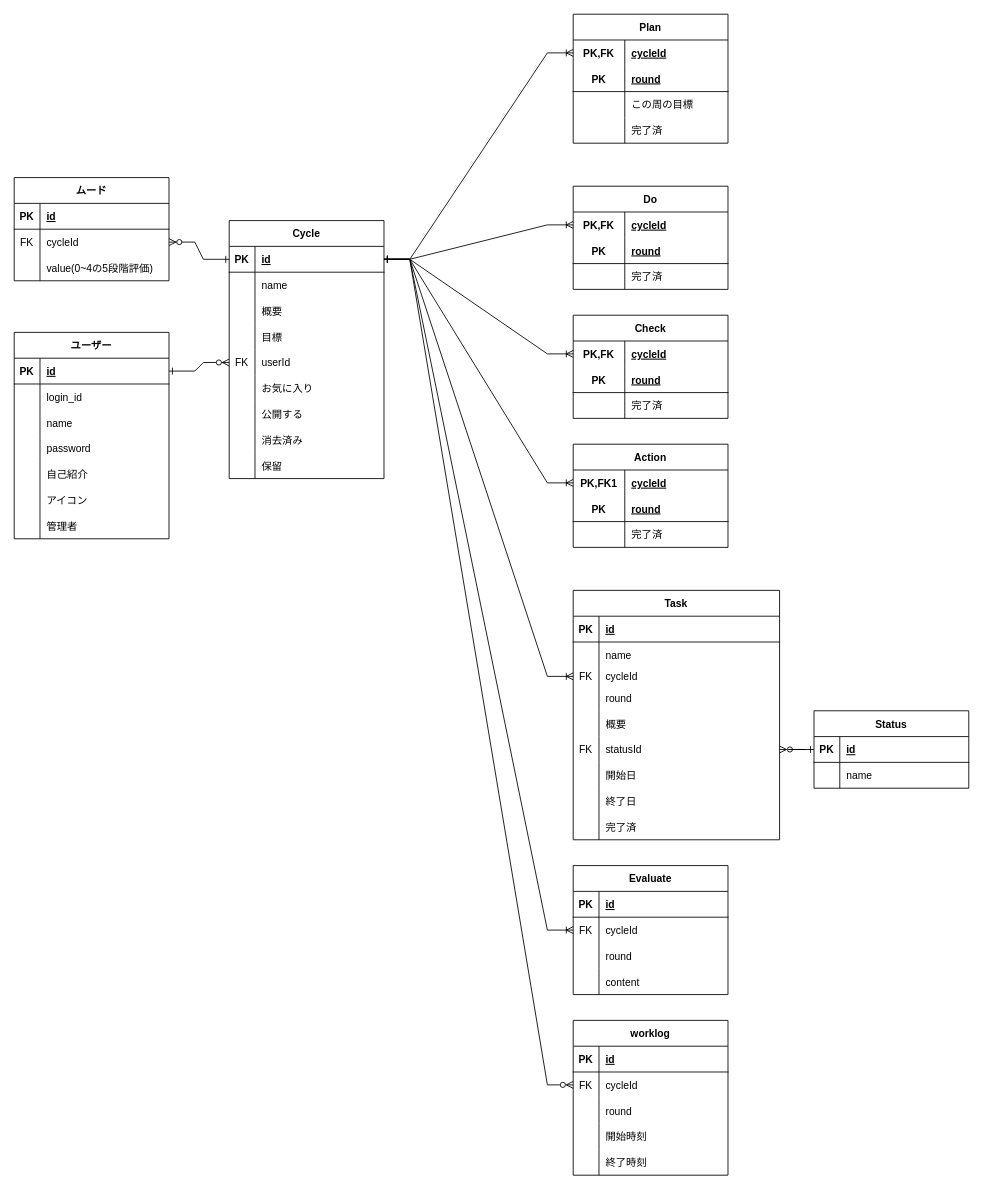
Before: page "ER図(論理図)" (3 of 9) of ER.drawio in katkatprog/drowio, a draw.io diagram. Source tidied: cells renumbered, new cells numbered last; positions are measured from the earlier drawing's top-left corner, leaving out a move shared by most shapes. Both pictures are drawn from the tidied source at 86%, with x=0, y=0 at pixel (14, 14).
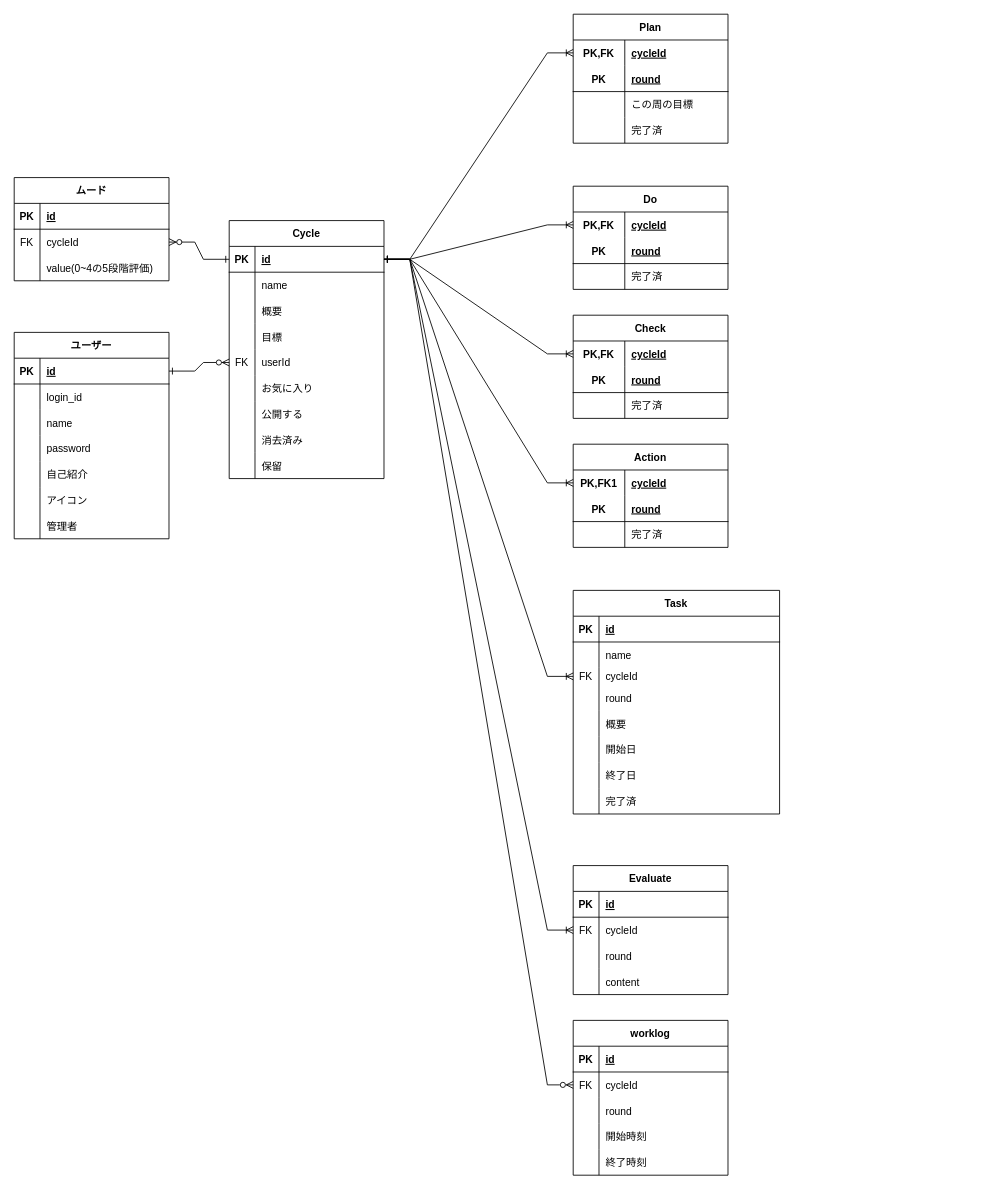
Above is the later version.

What changed in the source:
```diff
@@
     <mxCell id="62" value="Task" style="shape=table;startSize=30;childLayout=tableLayout;rowLines=0;fontStyle=1;align=center;" parent="1" vertex="1">
-      <mxGeometry x="650" y="670" width="240" height="290" as="geometry" />
+      <mxGeometry x="650" y="670" width="240" height="260" as="geometry" />
     </mxCell>
@@
-    <mxCell id="78" style="shape=tableRow;horizontal=0;startSize=0;swimlaneHead=0;swimlaneBody=0;fillColor=none;points=[[0,0.5],[1,0.5]];portConstraint=eastwest;top=0;left=0;right=0;bottom=0;" parent="62" vertex="1">
-      <mxGeometry y="170" width="240" height="30" as="geometry" />
-    </mxCell>
-    <mxCell id="79" value="FK" style="shape=partialRectangle;fillColor=none;top=0;left=0;bottom=0;right=0;overflow=hidden;" parent="78" vertex="1">
-      <mxGeometry width="30" height="30" as="geometry" />
-    </mxCell>
-    <mxCell id="80" value="statusId" style="shape=partialRectangle;fillColor=none;top=0;left=0;bottom=0;right=0;align=left;spacingLeft=6;overflow=hidden;" parent="78" vertex="1">
-      <mxGeometry x="30" width="210" height="30" as="geometry" />
-    </mxCell>
     <mxCell id="81" style="shape=tableRow;horizontal=0;startSize=0;swimlaneHead=0;swimlaneBody=0;fillColor=none;top=0;left=0;right=0;bottom=0;" parent="62" vertex="1">
-      <mxGeometry y="200" width="240" height="30" as="geometry" />
+      <mxGeometry y="170" width="240" height="30" as="geometry" />
     </mxCell>
@@
     <mxCell id="84" style="shape=tableRow;horizontal=0;startSize=0;swimlaneHead=0;swimlaneBody=0;fillColor=none;top=0;left=0;right=0;bottom=0;" parent="62" vertex="1">
-      <mxGeometry y="230" width="240" height="30" as="geometry" />
+      <mxGeometry y="200" width="240" height="30" as="geometry" />
     </mxCell>
@@
     <mxCell id="87" style="shape=tableRow;horizontal=0;startSize=0;swimlaneHead=0;swimlaneBody=0;fillColor=none;top=0;left=0;right=0;bottom=0;" parent="62" vertex="1">
-      <mxGeometry y="260" width="240" height="30" as="geometry" />
+      <mxGeometry y="230" width="240" height="30" as="geometry" />
     </mxCell>
@@
-    <mxCell id="90" value="Status" style="shape=table;startSize=30;childLayout=tableLayout;rowLines=0;fontStyle=1;align=center;" parent="1" vertex="1">
-      <mxGeometry x="930" y="810" width="180" height="90" as="geometry" />
-    </mxCell>
-    <mxCell id="91" style="shape=tableRow;horizontal=0;startSize=0;swimlaneHead=0;swimlaneBody=0;fillColor=none;points=[[0,0.5],[1,0.5]];portConstraint=eastwest;top=0;left=0;right=0;bottom=1;" parent="90" vertex="1">
-      <mxGeometry y="30" width="180" height="30" as="geometry" />
-    </mxCell>
-    <mxCell id="92" value="PK" style="shape=partialRectangle;fillColor=none;top=0;left=0;bottom=0;right=0;fontStyle=1;overflow=hidden;" parent="91" vertex="1">
-      <mxGeometry width="30" height="30" as="geometry" />
-    </mxCell>
-    <mxCell id="93" value="id" style="shape=partialRectangle;fillColor=none;top=0;left=0;bottom=0;right=0;align=left;spacingLeft=6;fontStyle=5;overflow=hidden;" parent="91" vertex="1">
-      <mxGeometry x="30" width="150" height="30" as="geometry" />
-    </mxCell>
-    <mxCell id="94" style="shape=tableRow;horizontal=0;startSize=0;swimlaneHead=0;swimlaneBody=0;fillColor=none;top=0;left=0;right=0;bottom=0;" parent="90" vertex="1">
-      <mxGeometry y="60" width="180" height="30" as="geometry" />
-    </mxCell>
-    <mxCell id="95" style="shape=partialRectangle;fillColor=none;top=0;left=0;bottom=0;right=0;overflow=hidden;" parent="94" vertex="1">
-      <mxGeometry width="30" height="30" as="geometry" />
-    </mxCell>
-    <mxCell id="96" value="name" style="shape=partialRectangle;fillColor=none;top=0;left=0;bottom=0;right=0;align=left;spacingLeft=6;overflow=hidden;" parent="94" vertex="1">
-      <mxGeometry x="30" width="150" height="30" as="geometry" />
-    </mxCell>
@@
-    <mxCell id="131" style="edgeStyle=entityRelationEdgeStyle;fontSize=12;html=1;endArrow=ERzeroToMany;startArrow=ERone;rounded=0;startFill=0;endFill=0;entryX=1;entryY=0.5;entryDx=0;entryDy=0;exitX=0;exitY=0.5;exitDx=0;exitDy=0;" parent="1" edge="1" source="91" target="78">
-      <mxGeometry relative="1" as="geometry" />
-    </mxCell>
```
